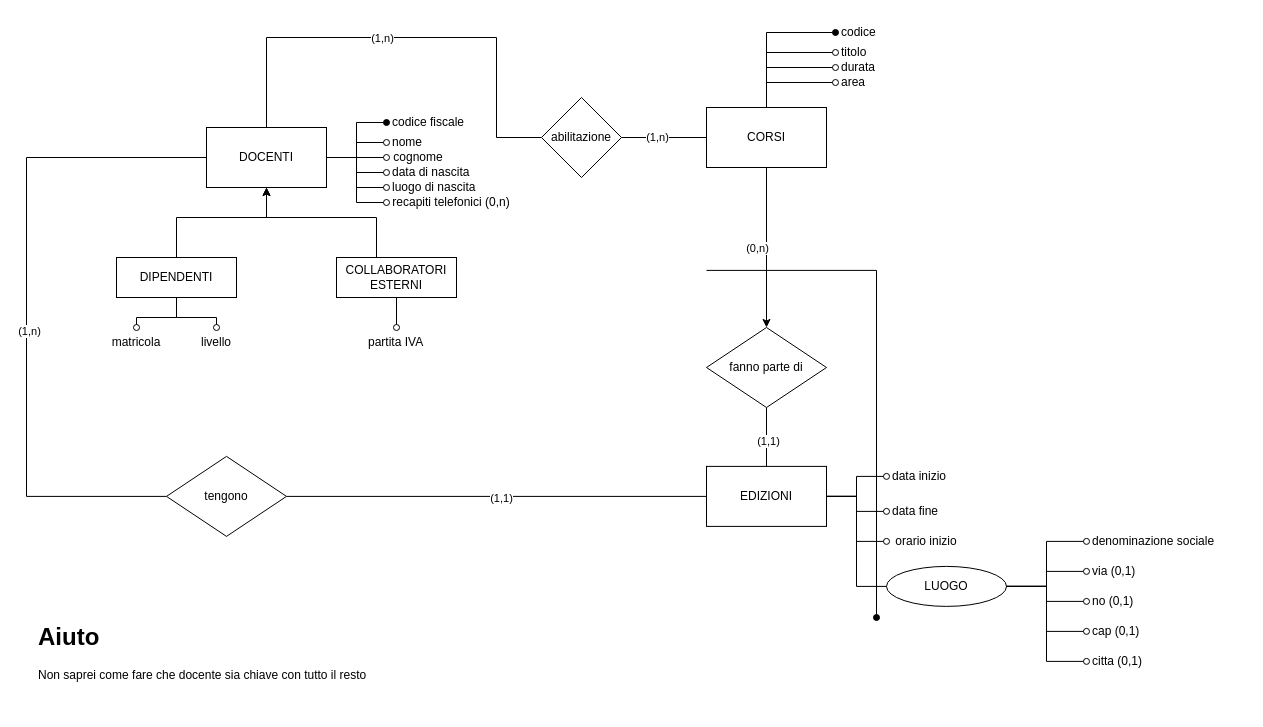
RaphyJake/Basi-di-dati keeps this draw.io diagram as page "Esercizio_2" (2 of 4) of 02_societa_formazione/schema.drawio. Above is the earlier version. Source tidied: cells renumbered, new cells numbered last; positions are measured from the earlier drawing's top-left corner, leaving out a move shared by most shapes. Both pictures are drawn from the tidied source at 100%, with x=0, y=0 at pixel (26, 17).
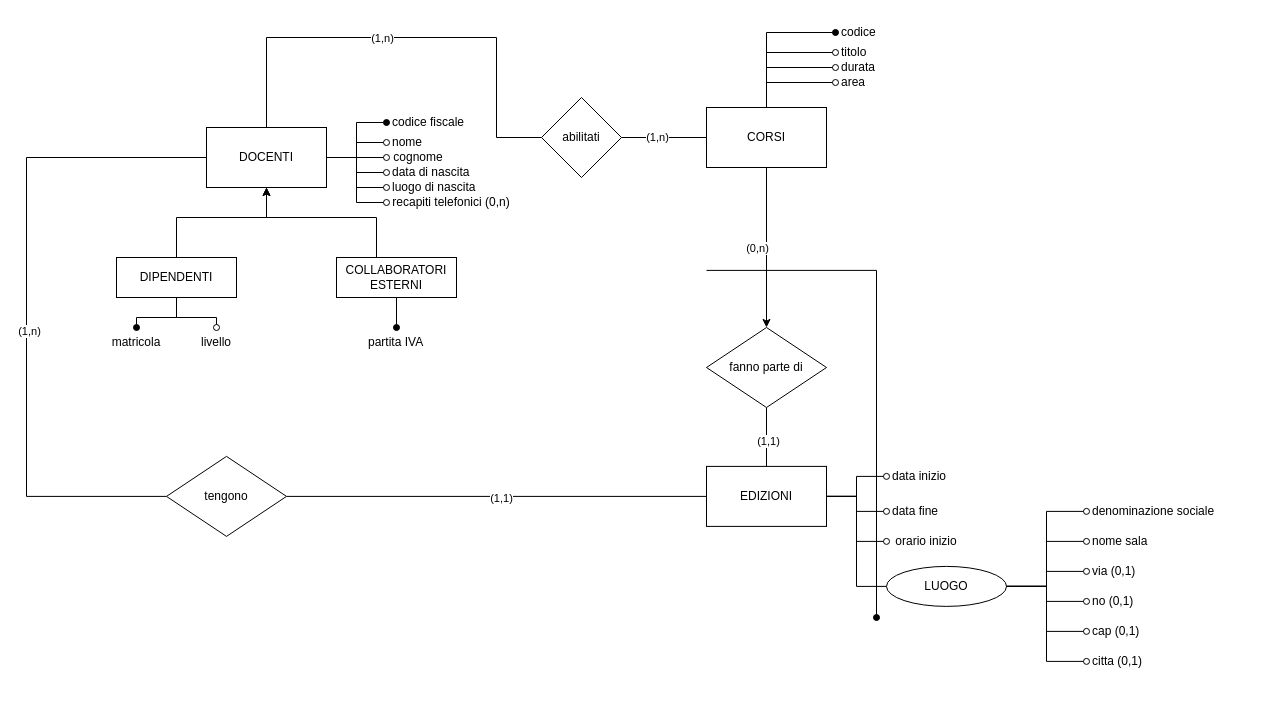
After the change.

Unchanged cells that the change refers to:
```xml
<mxCell id="6" value="DIPENDENTI" style="rounded=0;whiteSpace=wrap;html=1;" parent="1" vertex="1">
  <mxGeometry x="90" y="240" width="120" height="40" as="geometry" />
</mxCell>
<mxCell id="8" value="COLLABORATORI ESTERNI" style="rounded=0;whiteSpace=wrap;html=1;" parent="1" vertex="1">
  <mxGeometry x="310" y="240" width="120" height="40" as="geometry" />
</mxCell>
<mxCell id="20" value="matricola" style="text;html=1;align=center;verticalAlign=middle;whiteSpace=wrap;rounded=0;" parent="1" vertex="1">
  <mxGeometry x="80" y="310" width="60" height="30" as="geometry" />
</mxCell>
<mxCell id="24" value="partita IVA" style="text;html=1;align=left;verticalAlign=middle;whiteSpace=wrap;rounded=0;" parent="1" vertex="1">
  <mxGeometry x="340" y="310" width="60" height="30" as="geometry" />
</mxCell>
<mxCell id="55" value="LUOGO" style="ellipse;whiteSpace=wrap;html=1;" parent="1" vertex="1">
  <mxGeometry x="860" y="548.9" width="120" height="40" as="geometry" />
</mxCell>
```

The edit, as a diff of the source:
```diff
@@
-    <mxCell id="19" style="edgeStyle=orthogonalEdgeStyle;rounded=0;jettySize=auto;html=1;exitX=0.5;exitY=1;exitDx=0;exitDy=0;endArrow=oval;endFill=0;" parent="1" edge="1" source="6" target="20">
+    <mxCell id="19" style="edgeStyle=orthogonalEdgeStyle;rounded=0;jettySize=auto;html=1;exitX=0.5;exitY=1;exitDx=0;exitDy=0;endArrow=oval;endFill=1;" parent="1" edge="1" source="6" target="20">
       <mxGeometry relative="1" as="geometry" />
     </mxCell>
@@
-    <mxCell id="23" style="edgeStyle=orthogonalEdgeStyle;rounded=0;jettySize=auto;html=1;exitX=0.5;exitY=1;exitDx=0;exitDy=0;endArrow=oval;endFill=0;" parent="1" edge="1" source="8" target="24">
+    <mxCell id="23" style="edgeStyle=orthogonalEdgeStyle;rounded=0;jettySize=auto;html=1;exitX=0.5;exitY=1;exitDx=0;exitDy=0;endArrow=oval;endFill=1;" parent="1" edge="1" source="8" target="24">
       <mxGeometry relative="1" as="geometry" />
     </mxCell>
@@
-    <mxCell id="31" value="abilitazione" style="rhombus;whiteSpace=wrap;html=1;" parent="1" vertex="1">
+    <mxCell id="31" value="abilitati" style="rhombus;whiteSpace=wrap;html=1;" parent="1" vertex="1">
       <mxGeometry x="515" y="80" width="80" height="80" as="geometry" />
     </mxCell>
@@
     <mxCell id="57" value="denominazione sociale" style="text;html=1;align=left;verticalAlign=middle;whiteSpace=wrap;rounded=0;spacingLeft=4;" parent="1" vertex="1">
-      <mxGeometry x="1060" y="508.9" width="160" height="30" as="geometry" />
+      <mxGeometry x="1060" y="478.9" width="140" height="30" as="geometry" />
     </mxCell>
@@
-    <mxCell id="69" value="&lt;h1 style=&quot;margin-top: 0px;&quot;&gt;&lt;span style=&quot;background-color: transparent; color: light-dark(rgb(0, 0, 0), rgb(255, 255, 255));&quot;&gt;Aiuto&lt;/span&gt;&lt;/h1&gt;&lt;div&gt;&lt;span style=&quot;background-color: transparent; color: light-dark(rgb(0, 0, 0), rgb(255, 255, 255));&quot;&gt;Non saprei come fare che docente sia chiave con tutto il resto&lt;/span&gt;&lt;/div&gt;" style="text;html=1;whiteSpace=wrap;overflow=hidden;rounded=0;" parent="1" vertex="1">
-      <mxGeometry x="10" y="598.9" width="340" height="91.1" as="geometry" />
-    </mxCell>
+    <mxCell id="70" style="edgeStyle=orthogonalEdgeStyle;rounded=0;jettySize=auto;html=1;exitX=1;exitY=0.5;exitDx=0;exitDy=0;endArrow=oval;endFill=0;entryX=0;entryY=0.5;entryDx=0;entryDy=0;" parent="1" edge="1" source="55" target="71">
+      <mxGeometry relative="1" as="geometry" />
+    </mxCell>
+    <mxCell id="71" value="nome sala" style="text;html=1;align=left;verticalAlign=middle;whiteSpace=wrap;rounded=0;spacingLeft=4;" parent="1" vertex="1">
+      <mxGeometry x="1060" y="508.9" width="70" height="30" as="geometry" />
+    </mxCell>
```
